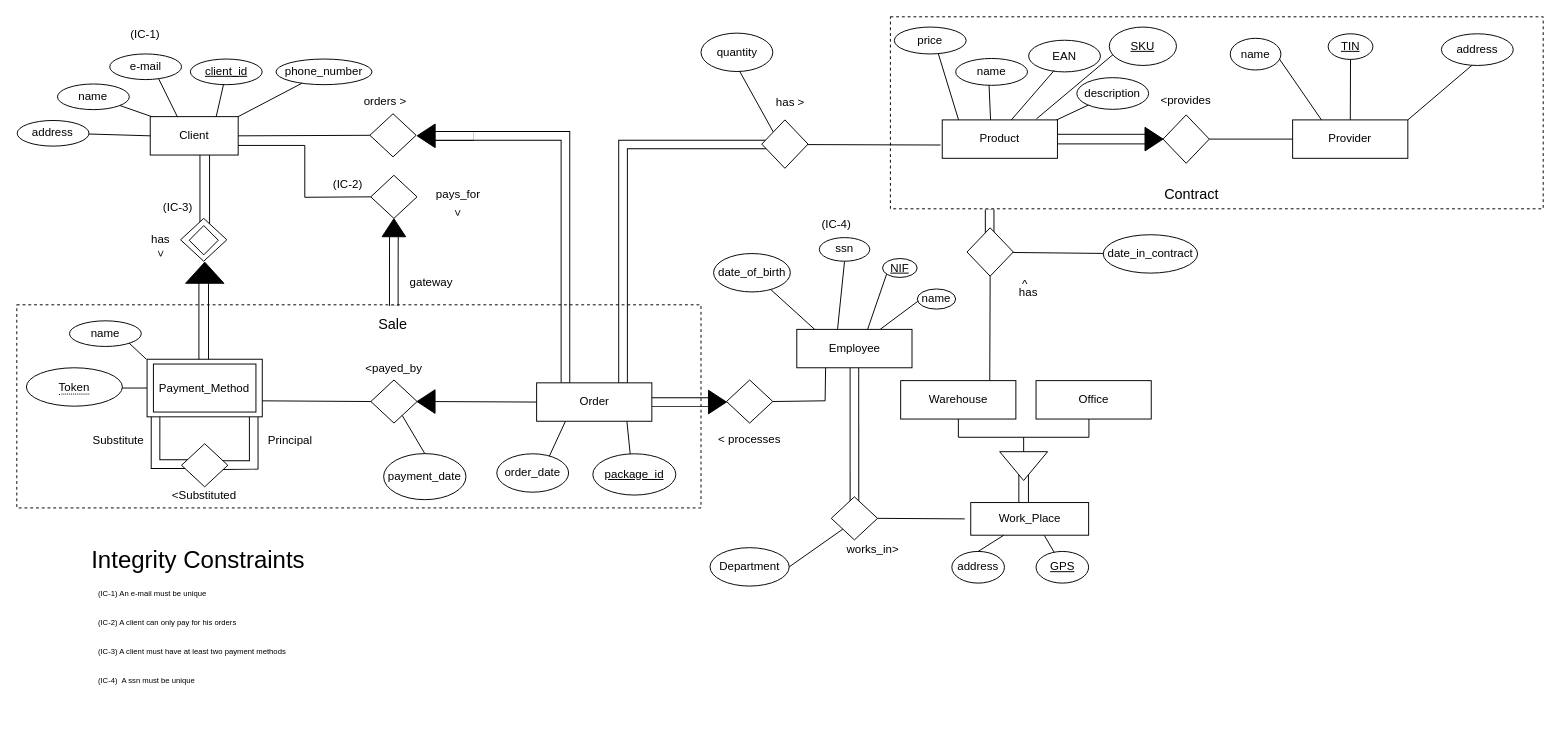
The draw.io diagram test.drawio in SamuelGoncalves8/Bd-project, before the edit. Source tidied: cells renumbered, new cells numbered last; positions are measured from the earlier drawing's top-left corner, leaving out a move shared by most shapes. Both pictures are drawn from the tidied source at 96%, with x=0, y=0 at pixel (16, 16).
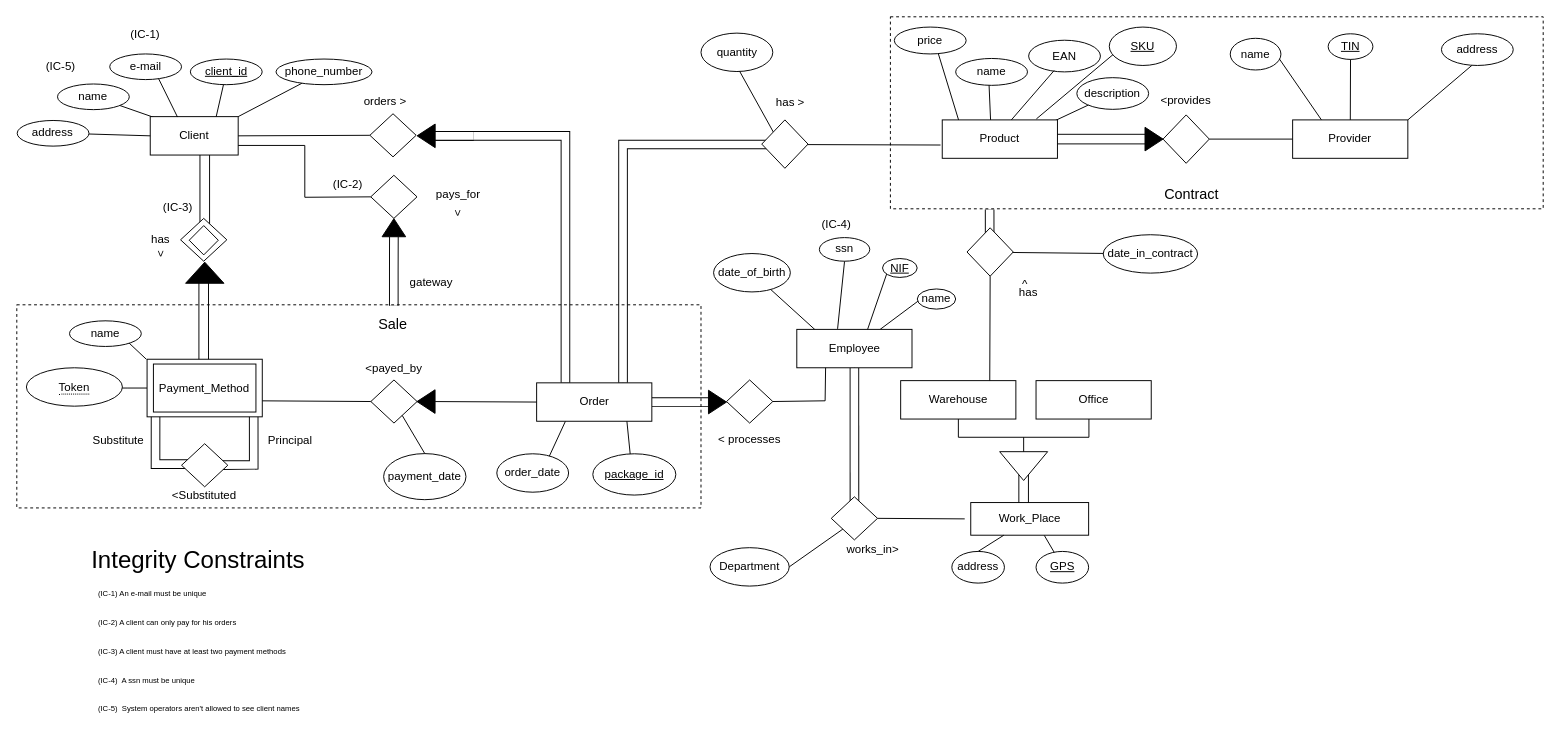
Above is the later version.

Change to the diagram source:
```diff
@@
+    <mxCell id="137" value="&lt;div&gt;(IC-5)&amp;nbsp; System operators aren't allowed to see client names&lt;br&gt;&lt;/div&gt;" style="text;html=1;strokeColor=none;fillColor=none;align=left;verticalAlign=middle;whiteSpace=wrap;rounded=0;fontSize=8;" parent="1" vertex="1">
+      <mxGeometry x="82.5" y="705.9" width="227.4" height="30" as="geometry" />
+    </mxCell>
+    <mxCell id="138" value="(IC-5)" style="text;html=1;strokeColor=none;fillColor=none;align=center;verticalAlign=middle;whiteSpace=wrap;rounded=0;rotation=0;" parent="1" vertex="1">
+      <mxGeometry x="15.7" y="37.1" width="60" height="30" as="geometry" />
+    </mxCell>
```
